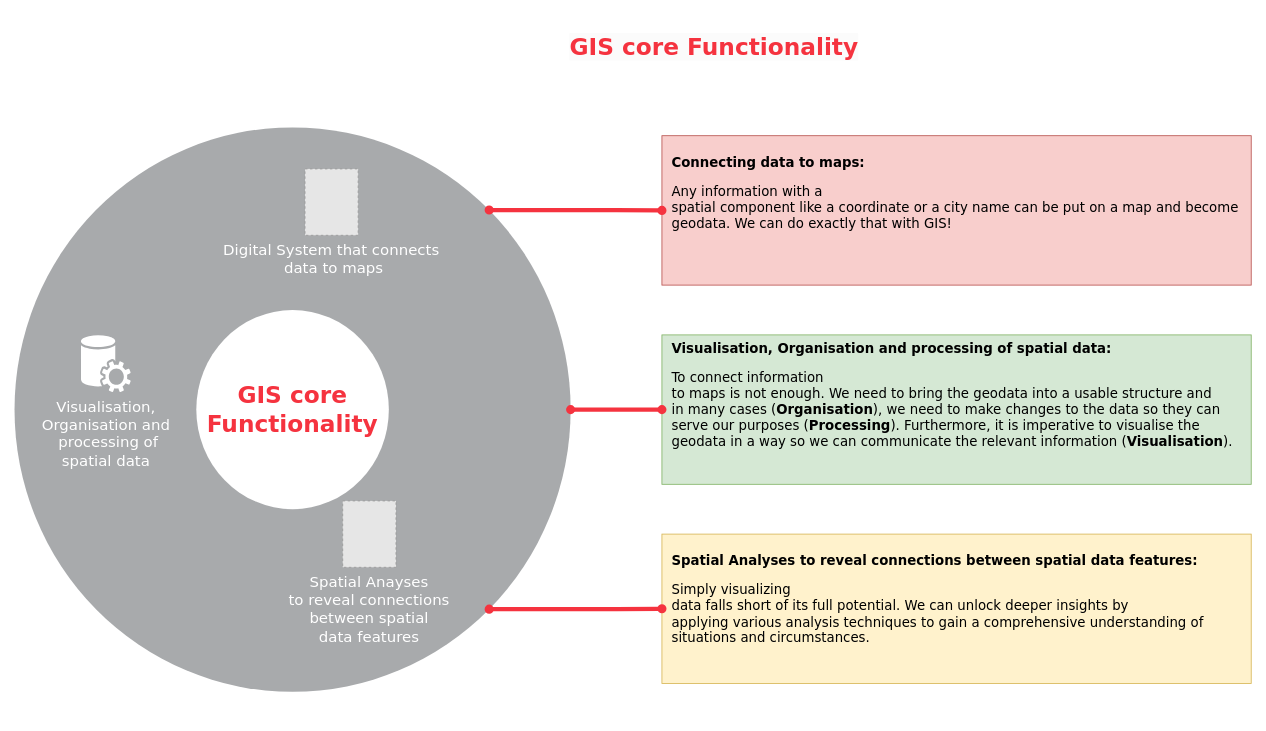
Above: fig/GIS_Core_functunality.drawio in GIScience/gis-training-resource-center (draw.io), before the change. Source tidied: cells renumbered, new cells numbered last; positions are measured from the earlier drawing's top-left corner, leaving out a move shared by most shapes. Both pictures are drawn from the tidied source at 83%, with x=0, y=0 at pixel (14, 27). Pictures stored in the file or linked from it are replaced by grey dashed boxes.
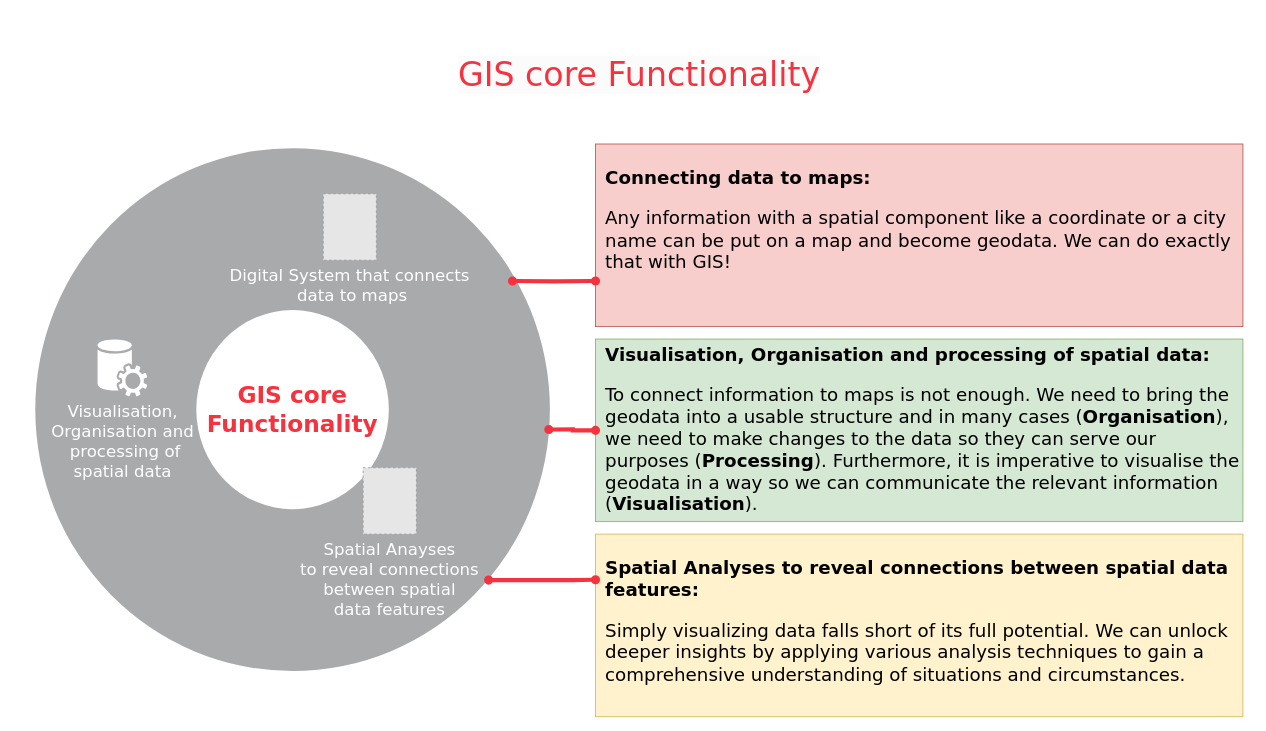
Above is the later version.

Diff of the diagram source:
```diff
@@
 <mxGraphModel>
   <root>
     <mxCell id="0" />
     <mxCell id="1" parent="0" />
+    <mxCell id="14" value="&#10;&lt;span style=&quot;color: rgb(245, 51, 63); font-size: 40px; font-style: normal; font-variant-ligatures: normal; font-variant-caps: normal; letter-spacing: normal; orphans: 2; text-align: center; text-indent: 0px; text-transform: none; widows: 2; word-spacing: 0px; -webkit-text-stroke-width: 0px; background-color: rgb(251, 251, 251); text-decoration-thickness: initial; text-decoration-style: initial; text-decoration-color: initial; float: none; display: inline !important;&quot;&gt;GIS core Functionality&lt;/span&gt;&#10;&#10;" style="rounded=0;whiteSpace=wrap;html=1;strokeColor=none;fillColor=none;fontFamily=Verdana;fontStyle=0;fontSize=40;" parent="1" vertex="1">
+      <mxGeometry x="364.5" y="50" width="776" height="60" as="geometry" />
+    </mxCell>
     <mxCell id="2" style="ellipse;whiteSpace=wrap;html=1;rounded=0;shadow=0;comic=0;strokeWidth=1;fontFamily=Verdana;fontSize=14;strokeColor=none;fillColor=#a8aaac;fontStyle=0;" parent="1" vertex="1">
-      <mxGeometry y="120" width="670" height="680" as="geometry" />
+      <mxGeometry x="25" y="145" width="620" height="630" as="geometry" />
     </mxCell>
     <mxCell id="3" value="&lt;font style=&quot;font-size: 28px;&quot;&gt;GIS core Functionality&lt;/font&gt;" style="ellipse;whiteSpace=wrap;html=1;rounded=0;shadow=0;comic=0;strokeWidth=1;fontFamily=Verdana;fontSize=28;strokeColor=none;fillColor=#FFFFFF;fontColor=#f5333f;fontStyle=1;labelBorderColor=none;" parent="1" vertex="1">
       <mxGeometry x="219" y="340" width="232" height="240" as="geometry" />
     </mxCell>
-    <mxCell id="4" value="Visualisation, &lt;br style=&quot;font-size: 18px;&quot;&gt;Organisation and&lt;br style=&quot;font-size: 18px;&quot;&gt;&amp;nbsp;processing of &lt;br style=&quot;font-size: 18px;&quot;&gt;spatial data" style="shadow=0;dashed=0;html=1;strokeColor=none;fillColor=#ffffff;labelPosition=center;verticalLabelPosition=bottom;verticalAlign=top;shape=mxgraph.office.services.central_management_service;rounded=0;comic=0;fontFamily=Verdana;fontSize=18;fontColor=#FFFFFF;fontStyle=0;" parent="1" vertex="1">
-      <mxGeometry x="80" y="370" width="60" height="69" as="geometry" />
+    <mxCell id="4" value="Visualisation, &lt;br style=&quot;font-size: 20px;&quot;&gt;Organisation and&lt;br style=&quot;font-size: 20px;&quot;&gt;&amp;nbsp;processing of &lt;br style=&quot;font-size: 20px;&quot;&gt;spatial data" style="shadow=0;dashed=0;html=1;strokeColor=none;fillColor=#ffffff;labelPosition=center;verticalLabelPosition=bottom;verticalAlign=top;shape=mxgraph.office.services.central_management_service;rounded=0;comic=0;fontFamily=Verdana;fontSize=20;fontColor=#FFFFFF;fontStyle=0;" parent="1" vertex="1">
+      <mxGeometry x="100" y="375" width="60" height="69" as="geometry" />
     </mxCell>
-    <mxCell id="5" value="Digital System that connects&#10; data to maps" style="fillColor=#E6E6E6;strokeColor=#999999;dashed=1;verticalLabelPosition=bottom;labelBackgroundColor=none;verticalAlign=top;fontColor=#FFFFFF;fontFamily=Verdana;fontSize=18;fontStyle=0;" parent="1" vertex="1">
-      <mxGeometry x="350" y="170" width="64" height="80" as="geometry" />
+    <mxCell id="5" value="Digital System that connects&#10; data to maps" style="fillColor=#E6E6E6;strokeColor=#999999;dashed=1;verticalLabelPosition=bottom;labelBackgroundColor=none;verticalAlign=top;fontColor=#FFFFFF;fontFamily=Verdana;fontSize=20;fontStyle=0;" parent="1" vertex="1">
+      <mxGeometry x="372" y="200" width="64" height="80" as="geometry" />
     </mxCell>
-    <mxCell id="6" value="Spatial Anayses&#10;to reveal connections&#10;between spatial&#10;data features" style="fillColor=#E6E6E6;strokeColor=#999999;dashed=1;verticalLabelPosition=bottom;labelBackgroundColor=none;verticalAlign=top;fontColor=#FFFFFF;fontFamily=Verdana;fontSize=18;fontStyle=0;" parent="1" vertex="1">
-      <mxGeometry x="395.4" y="570" width="64.2" height="80" as="geometry" />
+    <mxCell id="6" value="Spatial Anayses&#10;to reveal connections&#10;between spatial&#10;data features" style="fillColor=#E6E6E6;strokeColor=#999999;dashed=1;verticalLabelPosition=bottom;labelBackgroundColor=none;verticalAlign=top;fontColor=#FFFFFF;fontFamily=Verdana;fontSize=20;fontStyle=0;" parent="1" vertex="1">
+      <mxGeometry x="420" y="530" width="64.2" height="80" as="geometry" />
     </mxCell>
-    <mxCell id="7" value="&lt;p style=&quot;font-size: 16px;&quot; class=&quot;MsoNormal&quot;&gt;&lt;font style=&quot;font-size: 16px;&quot;&gt;&lt;b style=&quot;font-size: 16px;&quot;&gt;Connecting data to maps:&lt;/b&gt;&lt;/font&gt;&lt;/p&gt;&lt;p style=&quot;font-size: 16px;&quot; class=&quot;MsoNormal&quot;&gt;&lt;font style=&quot;font-size: 16px;&quot;&gt;&lt;font style=&quot;font-size: 16px;&quot;&gt;Any information with a&lt;br style=&quot;font-size: 16px;&quot;&gt;spatial component like a coordinate or a city name can be put on a map and become&lt;br style=&quot;font-size: 16px;&quot;&gt;geodata. We can do exactly that with GIS!&lt;/font&gt;&lt;/font&gt;&lt;/p&gt;" style="rounded=0;whiteSpace=wrap;html=1;align=left;verticalAlign=top;spacingTop=0;spacingLeft=10;spacingBottom=10;fillColor=#f8cecc;strokeColor=#b85450;fontSize=16;fontFamily=Verdana;" parent="1" vertex="1">
-      <mxGeometry x="780" y="130" width="710" height="180" as="geometry" />
+    <mxCell id="7" value="&lt;p style=&quot;font-size: 22px;&quot; class=&quot;MsoNormal&quot;&gt;&lt;font style=&quot;font-size: 22px;&quot;&gt;&lt;b style=&quot;font-size: 22px;&quot;&gt;Connecting data to maps:&lt;/b&gt;&lt;/font&gt;&lt;/p&gt;&lt;p style=&quot;font-size: 22px;&quot; class=&quot;MsoNormal&quot;&gt;&lt;font style=&quot;font-size: 22px;&quot;&gt;&lt;font style=&quot;font-size: 22px;&quot;&gt;Any information with a spatial component like a coordinate or a city name can be put on a map and become geodata. We can do exactly that with GIS!&lt;/font&gt;&lt;/font&gt;&lt;/p&gt;" style="rounded=0;whiteSpace=wrap;html=1;align=left;verticalAlign=top;spacingTop=0;spacingLeft=10;spacingBottom=10;fillColor=#f8cecc;strokeColor=#b85450;fontSize=22;fontFamily=Verdana;" parent="1" vertex="1">
+      <mxGeometry x="700" y="140" width="780" height="220" as="geometry" />
     </mxCell>
-    <mxCell id="8" value="&lt;b&gt;Visualisation, Organisation and processing of spatial data:&lt;/b&gt;&lt;p class=&quot;MsoNormal&quot; style=&quot;font-size: 16px;&quot;&gt;&lt;/p&gt;&lt;p class=&quot;MsoNormal&quot; style=&quot;font-size: 16px;&quot;&gt;To connect information&lt;br style=&quot;font-size: 16px;&quot;&gt;to maps is not enough. We need to bring the geodata into a usable structure and&lt;br style=&quot;font-size: 16px;&quot;&gt;in many cases (&lt;b&gt;Organisation&lt;/b&gt;), we need to make changes to the data so they can&lt;br style=&quot;font-size: 16px;&quot;&gt;serve our purposes (&lt;b&gt;Processing&lt;/b&gt;). Furthermore, it is imperative to visualise the&lt;br style=&quot;font-size: 16px;&quot;&gt;geodata in a way so we can communicate the relevant information (&lt;b&gt;Visualisation&lt;/b&gt;).&amp;nbsp;&lt;/p&gt;" style="rounded=0;whiteSpace=wrap;html=1;align=left;verticalAlign=top;fontFamily=Verdana;spacingLeft=10;spacingBottom=10;fontSize=16;fillColor=#d5e8d4;strokeColor=#82b366;" parent="1" vertex="1">
-      <mxGeometry x="780" y="370" width="710" height="180" as="geometry" />
+    <mxCell id="8" value="&lt;b style=&quot;font-size: 22px;&quot;&gt;Visualisation, Organisation and processing of spatial data:&lt;/b&gt;&lt;p class=&quot;MsoNormal&quot; style=&quot;font-size: 22px;&quot;&gt;&lt;/p&gt;&lt;p class=&quot;MsoNormal&quot; style=&quot;font-size: 22px;&quot;&gt;To connect information to maps is not enough. We need to bring the geodata into a usable structure and in many cases (&lt;b style=&quot;font-size: 22px;&quot;&gt;Organisation&lt;/b&gt;), we need to make changes to the data so they can serve our purposes (&lt;b style=&quot;font-size: 22px;&quot;&gt;Processing&lt;/b&gt;). Furthermore, it is imperative to visualise the geodata in a way so we can communicate the relevant information (&lt;b style=&quot;font-size: 22px;&quot;&gt;Visualisation&lt;/b&gt;).&amp;nbsp;&lt;/p&gt;" style="rounded=0;whiteSpace=wrap;html=1;align=left;verticalAlign=top;fontFamily=Verdana;spacingLeft=10;spacingBottom=10;fontSize=22;fillColor=#d5e8d4;strokeColor=#82b366;" parent="1" vertex="1">
+      <mxGeometry x="700" y="375" width="780" height="220" as="geometry" />
     </mxCell>
-    <mxCell id="9" value="&lt;p class=&quot;MsoNormal&quot;&gt;&lt;b&gt;Spatial Analyses to reveal connections between spatial data features:&lt;/b&gt;&lt;/p&gt;&lt;p class=&quot;MsoNormal&quot;&gt;Simply visualizing&lt;br&gt;data falls short of its full potential. We can unlock deeper insights by&lt;br&gt;applying various analysis techniques to gain a comprehensive understanding of&lt;br&gt;situations and circumstances.&lt;/p&gt;" style="rounded=0;whiteSpace=wrap;html=1;fontSize=16;spacingLeft=10;align=left;verticalAlign=top;fontFamily=Verdana;fillColor=#fff2cc;strokeColor=#d6b656;" parent="1" vertex="1">
-      <mxGeometry x="780" y="610" width="710" height="180" as="geometry" />
+    <mxCell id="9" value="&lt;p class=&quot;MsoNormal&quot; style=&quot;font-size: 22px;&quot;&gt;&lt;b style=&quot;font-size: 22px;&quot;&gt;Spatial Analyses to reveal connections between spatial data features:&lt;/b&gt;&lt;/p&gt;&lt;p class=&quot;MsoNormal&quot; style=&quot;font-size: 22px;&quot;&gt;Simply visualizing data falls short of its full potential. We can unlock deeper insights by applying various analysis techniques to gain a comprehensive understanding of situations and circumstances.&lt;/p&gt;" style="rounded=0;whiteSpace=wrap;html=1;fontSize=22;spacingLeft=10;align=left;verticalAlign=top;fontFamily=Verdana;fillColor=#fff2cc;strokeColor=#d6b656;" parent="1" vertex="1">
+      <mxGeometry x="700" y="610" width="780" height="220" as="geometry" />
     </mxCell>
-    <mxCell id="10" style="edgeStyle=orthogonalEdgeStyle;rounded=0;jettySize=auto;html=1;entryX=0;entryY=0.5;entryDx=0;entryDy=0;exitX=1;exitY=1;exitDx=0;exitDy=0;endArrow=oval;endFill=1;startArrow=oval;startFill=1;strokeWidth=5;strokeColor=#F5333F;fillColor=#f5f5f5;" parent="1" edge="1" source="2" target="9">
+    <mxCell id="10" style="edgeStyle=orthogonalEdgeStyle;rounded=0;jettySize=auto;html=1;entryX=0;entryY=0.25;entryDx=0;entryDy=0;endArrow=oval;endFill=1;startArrow=oval;startFill=1;strokeWidth=5;strokeColor=#F5333F;fillColor=#f5f5f5;exitX=0.881;exitY=0.826;exitDx=0;exitDy=0;exitPerimeter=0;" parent="1" edge="1" source="2" target="9">
       <mxGeometry relative="1" as="geometry" />
     </mxCell>
     <mxCell id="11" style="edgeStyle=orthogonalEdgeStyle;rounded=0;orthogonalLoop=1;jettySize=auto;html=1;exitX=0.5;exitY=1;exitDx=0;exitDy=0;" parent="1" edge="1" source="6" target="6">
       <mxGeometry relative="1" as="geometry" />
     </mxCell>
-    <mxCell id="12" style="edgeStyle=orthogonalEdgeStyle;rounded=0;jettySize=auto;html=1;exitX=1;exitY=0;exitDx=0;exitDy=0;entryX=0;entryY=0.5;entryDx=0;entryDy=0;endArrow=oval;endFill=1;startArrow=oval;startFill=1;strokeWidth=5;strokeColor=#F5333F;fillColor=#f5f5f5;" parent="1" edge="1" source="2" target="7">
-      <mxGeometry relative="1" as="geometry" />
+    <mxCell id="12" style="edgeStyle=orthogonalEdgeStyle;rounded=0;jettySize=auto;html=1;entryX=0;entryY=0.75;entryDx=0;entryDy=0;endArrow=oval;endFill=1;startArrow=oval;startFill=1;strokeWidth=5;strokeColor=#F5333F;fillColor=#f5f5f5;" parent="1" edge="1" target="7">
+      <mxGeometry relative="1" as="geometry">
+        <mxPoint x="600" y="305" as="sourcePoint" />
+      </mxGeometry>
     </mxCell>
-    <mxCell id="13" style="edgeStyle=orthogonalEdgeStyle;rounded=0;jettySize=auto;html=1;entryX=0;entryY=0.5;entryDx=0;entryDy=0;exitX=1;exitY=0.5;exitDx=0;exitDy=0;endArrow=oval;endFill=1;startArrow=oval;startFill=1;strokeWidth=5;strokeColor=#F5333F;fillColor=#f5f5f5;" parent="1" edge="1" source="2" target="8">
+    <mxCell id="13" style="edgeStyle=orthogonalEdgeStyle;rounded=0;jettySize=auto;html=1;entryX=0;entryY=0.5;entryDx=0;entryDy=0;endArrow=oval;endFill=1;startArrow=oval;startFill=1;strokeWidth=5;strokeColor=#F5333F;fillColor=#f5f5f5;exitX=0.998;exitY=0.538;exitDx=0;exitDy=0;exitPerimeter=0;" parent="1" edge="1" source="2" target="8">
       <mxGeometry relative="1" as="geometry" />
     </mxCell>
-    <mxCell id="14" value="&#10;&lt;span style=&quot;color: rgb(245, 51, 63); font-family: Verdana; font-size: 28px; font-style: normal; font-variant-ligatures: normal; font-variant-caps: normal; font-weight: 700; letter-spacing: normal; orphans: 2; text-align: center; text-indent: 0px; text-transform: none; widows: 2; word-spacing: 0px; -webkit-text-stroke-width: 0px; background-color: rgb(251, 251, 251); text-decoration-thickness: initial; text-decoration-style: initial; text-decoration-color: initial; float: none; display: inline !important;&quot;&gt;GIS core Functionality&lt;/span&gt;&#10;&#10;" style="rounded=0;whiteSpace=wrap;html=1;strokeColor=none;fillColor=none;" parent="1" vertex="1">
-      <mxGeometry x="455" width="776" height="60" as="geometry" />
-    </mxCell>
   </root>
 </mxGraphModel>
```
